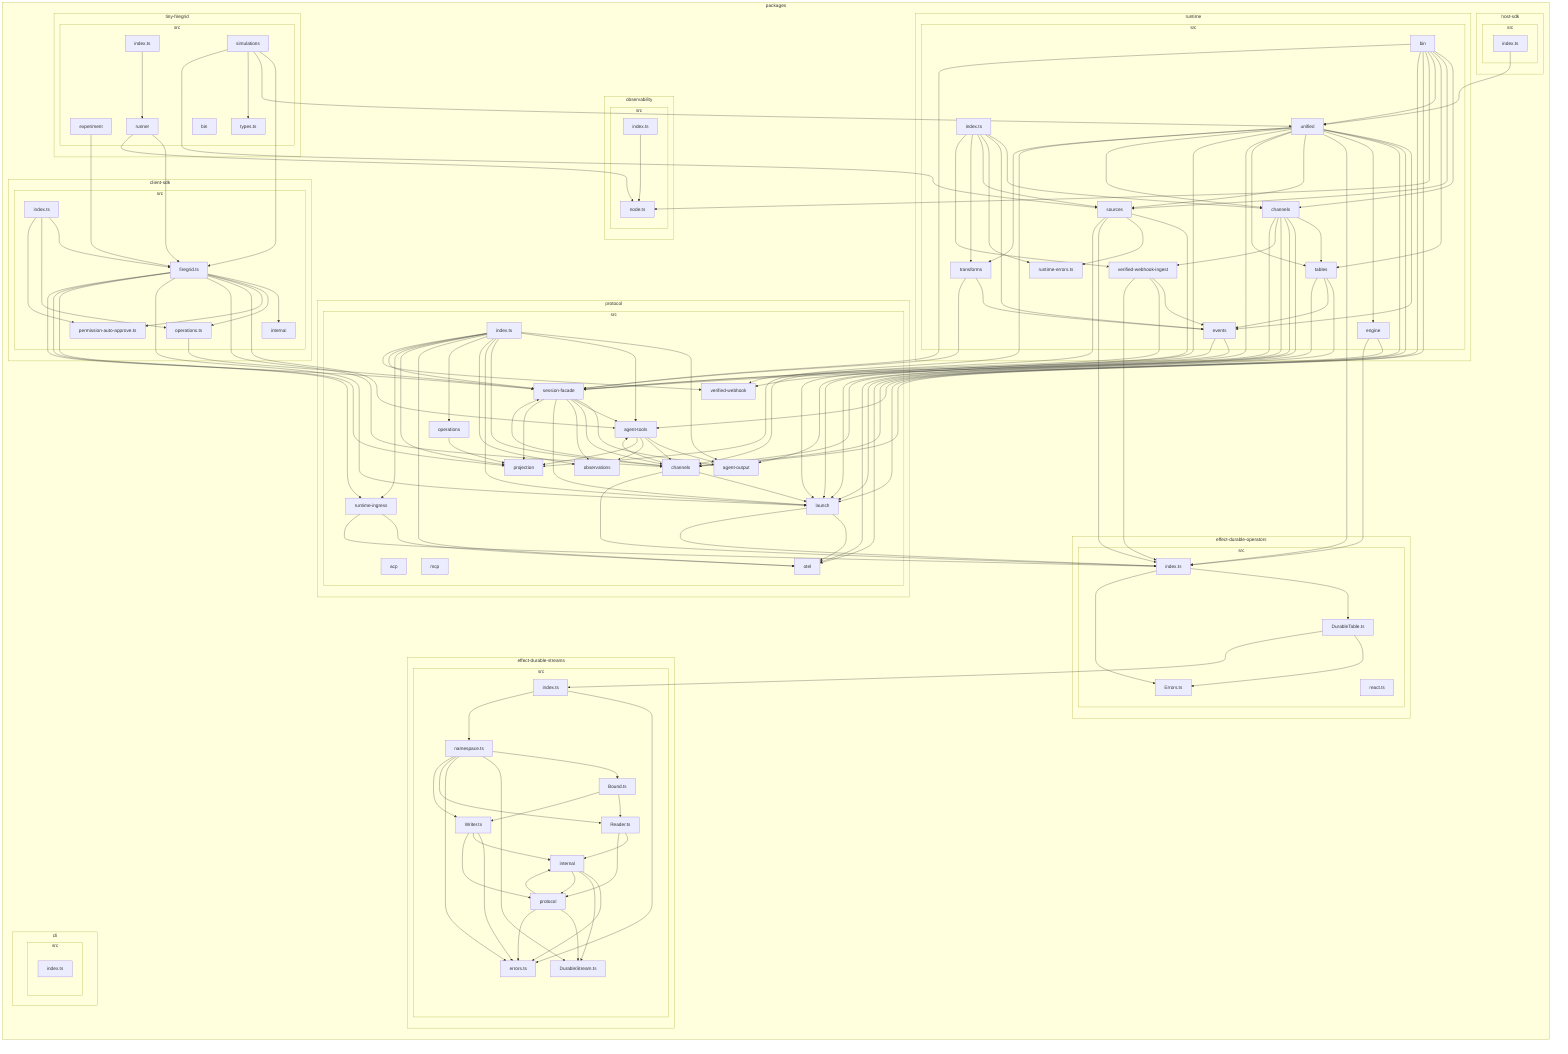
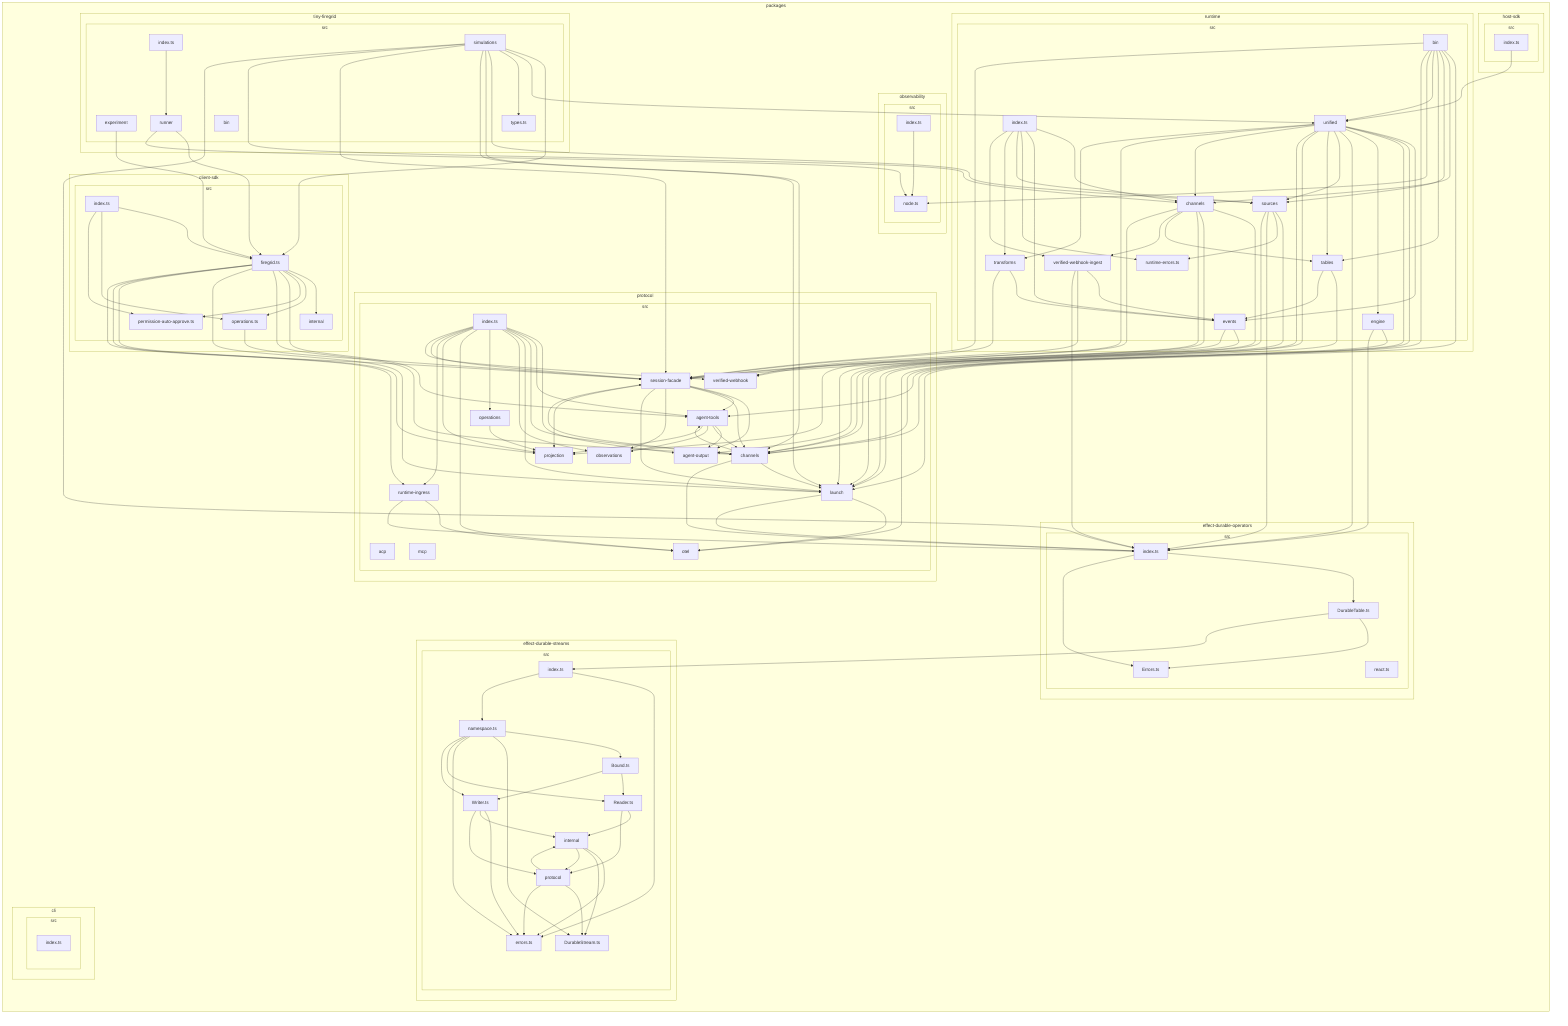
flowchart LR

subgraph 0["packages"]
subgraph 1["cli"]
subgraph 2["src"]
3["index.ts"]
end
end
subgraph 4["client-sdk"]
subgraph 5["src"]
6["firegrid.ts"]
7["index.ts"]
8["internal"]
9["operations.ts"]
A["permission-auto-approve.ts"]
end
end
subgraph B["effect-durable-operators"]
subgraph C["src"]
D["DurableTable.ts"]
E["Errors.ts"]
F["index.ts"]
G["react.ts"]
end
end
subgraph H["effect-durable-streams"]
subgraph I["src"]
J["Bound.ts"]
K["DurableStream.ts"]
L["Reader.ts"]
M["Writer.ts"]
N["errors.ts"]
O["index.ts"]
P["internal"]
Q["namespace.ts"]
R["protocol"]
end
end
subgraph S["host-sdk"]
subgraph T["src"]
U["index.ts"]
end
end
subgraph V["observability"]
subgraph W["src"]
X["index.ts"]
Y["node.ts"]
end
end
subgraph Z["protocol"]
subgraph 10["src"]
11["acp"]
12["agent-output"]
13["agent-tools"]
14["channels"]
15["index.ts"]
16["launch"]
17["mcp"]
18["observations"]
19["operations"]
1A["otel"]
1B["projection"]
1C["runtime-ingress"]
1D["session-facade"]
1E["verified-webhook"]
end
end
subgraph 1F["runtime"]
subgraph 1G["src"]
1H["bin"]
1I["channels"]
1J["engine"]
1K["events"]
1L["index.ts"]
1M["runtime-errors.ts"]
1N["sources"]
1O["tables"]
1P["transforms"]
1Q["unified"]
1R["verified-webhook-ingest"]
end
end
subgraph 1S["tiny-firegrid"]
subgraph 1T["src"]
1U["bin"]
1V["experiment"]
1W["index.ts"]
1X["runner"]
1Y["simulations"]
1Z["types.ts"]
end
end
end
6-->8
6-->9
6-->A
6-->13
6-->14
6-->16
6-->1B
6-->1C
6-->1D
7-->6
7-->9
7-->A
9-->1D
D-->E
D-->O
F-->D
F-->E
J-->L
J-->M
L-->P
L-->R
M-->N
M-->P
M-->R
O-->N
O-->Q
P-->N
P-->K
P-->R
Q-->J
Q-->K
Q-->N
Q-->L
Q-->M
R-->K
R-->P
R-->N
U-->1Q
X-->Y
13-->12
13-->14
13-->18
13-->1B
14-->13
14-->16
14-->1D
14-->F
15-->12
15-->13
15-->14
15-->16
15-->18
15-->19
15-->1A
15-->1B
15-->1C
15-->1D
15-->1E
16-->1A
16-->F
19-->1B
1C-->1A
1C-->F
1D-->12
1D-->13
1D-->14
1D-->18
1D-->16
1D-->1B
+ 1H-->16
1H-->1I
1H-->1N
1H-->1O
1H-->1Q
1H-->Y
1H-->14
- 1H-->16
1H-->1D
- 1I-->1O
1I-->14
1I-->16
1I-->1D
+ 1I-->1O
1I-->1R
1I-->1E
1J-->1A
1J-->F
1K-->12
1K-->1D
1L-->1I
1L-->1K
1L-->1M
1L-->1N
1L-->1P
1L-->1R
1N-->16
1N-->1M
1N-->F
1N-->14
1O-->16
1O-->1K
- 1O-->1A
1P-->1K
1P-->1D
1Q-->1K
1Q-->13
1Q-->14
1Q-->1J
1Q-->F
1Q-->1N
1Q-->1O
1Q-->16
1Q-->1D
1Q-->1I
1Q-->1B
1Q-->1P
1R-->1K
1R-->1E
1R-->F
1V-->6
1W-->1X
1X-->6
1X-->Y
1Y-->6
1Y-->1Q
1Y-->1Z
1Y-->1N
+ 1Y-->14
+ 1Y-->16
+ 1Y-->1D
+ 1Y-->1I
+ 1Y-->F
